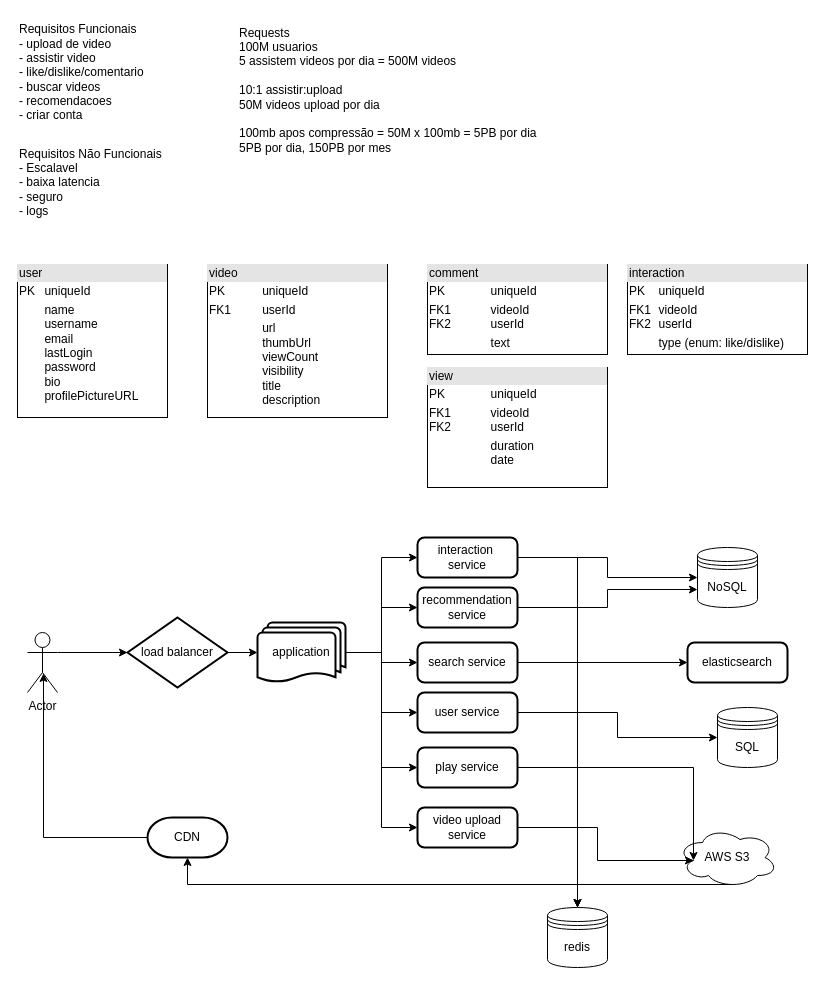
Before: Diagrama sem nome.drawio in barbs-pm/lld, a draw.io diagram. Source tidied: cells renumbered, new cells numbered last; positions are measured from the earlier drawing's top-left corner, leaving out a move shared by most shapes. Both pictures are drawn from the tidied source at 100%, with x=0, y=0 at pixel (17, 17).
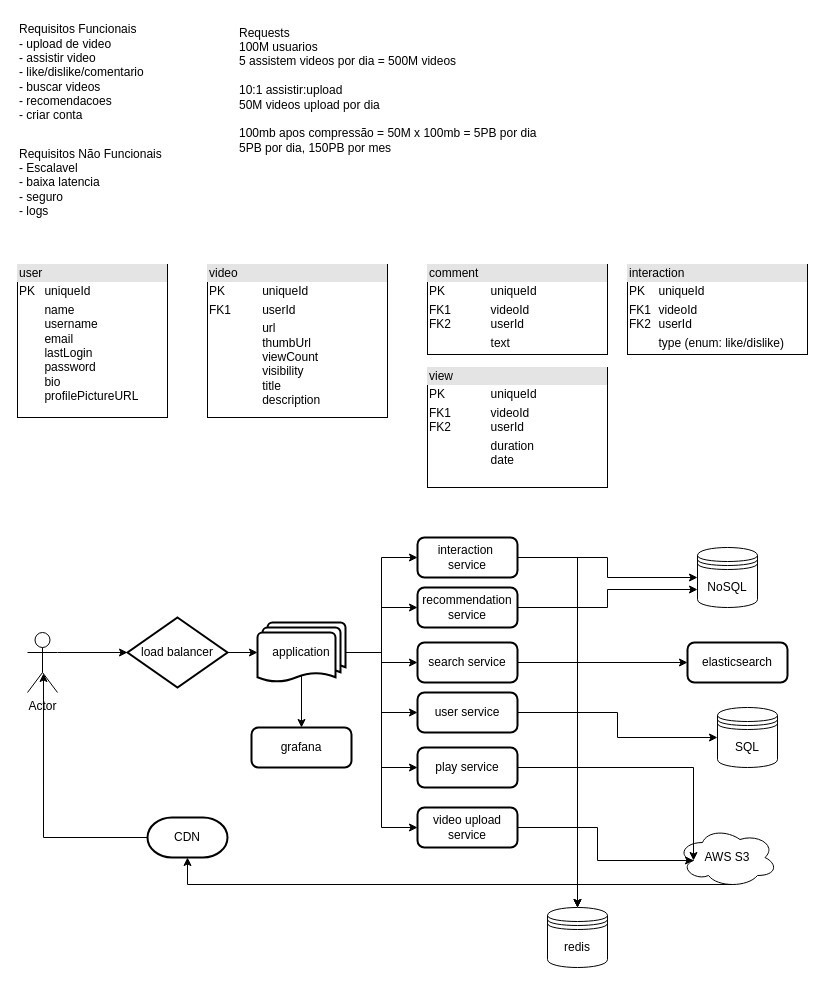
The same page after the edit.

Unchanged cells that the change refers to:
```xml
<mxCell id="17" value="application" style="strokeWidth=2;html=1;shape=mxgraph.flowchart.multi-document;whiteSpace=wrap;" parent="1" vertex="1">
  <mxGeometry x="240" y="605" width="88" height="60" as="geometry" />
</mxCell>
```

Diff of the diagram source:
```diff
@@
+    <mxCell id="44" style="edgeStyle=orthogonalEdgeStyle;rounded=0;jettySize=auto;html=1;exitX=0.5;exitY=0.88;exitDx=0;exitDy=0;exitPerimeter=0;entryX=0.5;entryY=0;entryDx=0;entryDy=0;" parent="1" edge="1" source="17" target="45">
+      <mxGeometry relative="1" as="geometry" />
+    </mxCell>
@@
+    <mxCell id="45" value="grafana" style="rounded=1;whiteSpace=wrap;html=1;absoluteArcSize=1;arcSize=14;strokeWidth=2;" parent="1" vertex="1">
+      <mxGeometry x="234" y="710" width="100" height="40" as="geometry" />
+    </mxCell>
```
